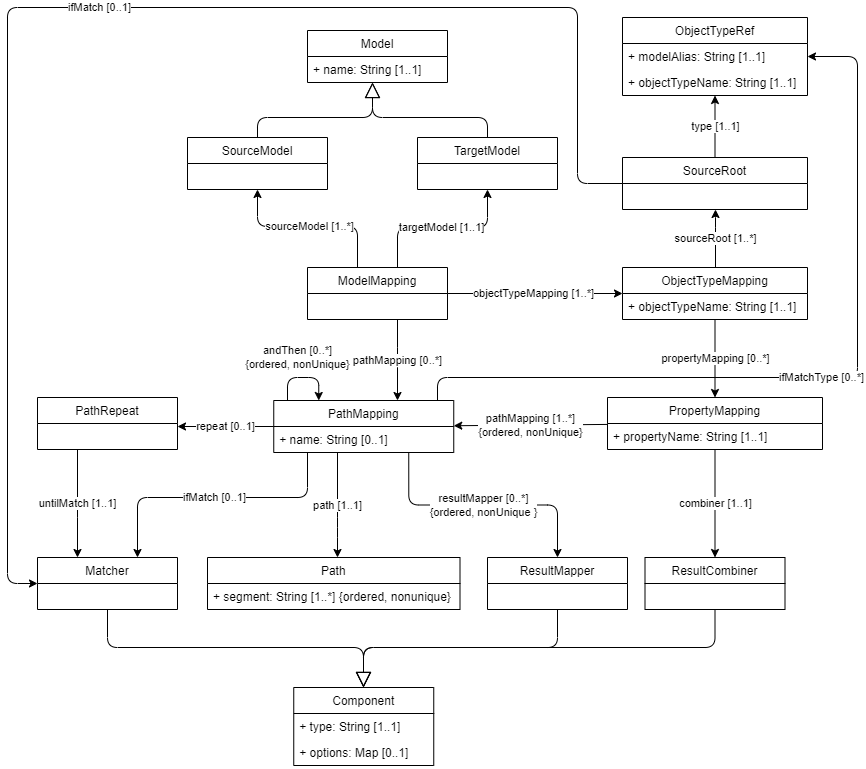
The draw.io diagram media/imx-mapping-model.drawio.png in Geonovum/IMX-ModelMapping, before a commit. Source tidied: cells renumbered, new cells last; positions are measured from the earlier drawing's top-left corner, leaving out a move shared by most shapes.
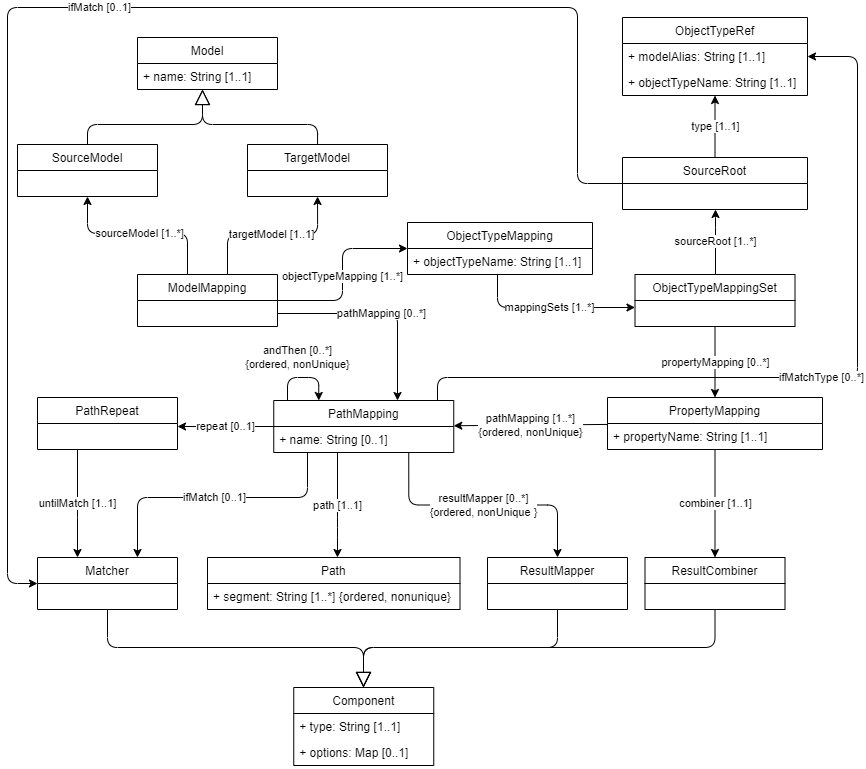
After the commit.

Commit message:
introduce object type mapping set

What changed in the source:
```diff
@@ -2,27 +2,28 @@
   <root>
     <mxCell id="0" />
     <mxCell id="1" parent="0" />
-    <mxCell id="2" value="objectTypeMapping [1..*]" style="edgeStyle=orthogonalEdgeStyle;html=1;" parent="1" edge="1" source="5" target="8">
+    <mxCell id="2" value="objectTypeMapping [1..*]" style="edgeStyle=orthogonalEdgeStyle;html=1;" parent="1" edge="1" source="5" target="52">
       <mxGeometry x="-0.02" relative="1" as="geometry" />
     </mxCell>
     <mxCell id="3" value="sourceModel [1..*]" style="edgeStyle=orthogonalEdgeStyle;html=1;" parent="1" edge="1" source="5" target="28">
       <mxGeometry relative="1" as="geometry">
         <Array as="points">
-          <mxPoint x="350" y="219" />
-          <mxPoint x="250" y="219" />
+          <mxPoint x="180" y="226" />
+          <mxPoint x="80" y="226" />
         </Array>
       </mxGeometry>
     </mxCell>
-    <mxCell id="4" value="targetModel [1..1]" style="edgeStyle=orthogonalEdgeStyle;html=1;" parent="1" edge="1" source="5" target="26">
+    <mxCell id="4" value="targetModel [1..1]" style="edgeStyle=orthogonalEdgeStyle;html=1;" parent="1" edge="1" source="5">
       <mxGeometry relative="1" as="geometry">
+        <mxPoint x="310.1" y="189" as="targetPoint" />
         <Array as="points">
-          <mxPoint x="390" y="220" />
-          <mxPoint x="480" y="220" />
+          <mxPoint x="220" y="227" />
+          <mxPoint x="310" y="227" />
         </Array>
       </mxGeometry>
     </mxCell>
     <mxCell id="5" value="ModelMapping" style="swimlane;fontStyle=0;horizontal=1;startSize=26;fillColor=none;" parent="1" vertex="1">
-      <mxGeometry x="300" y="260" width="140" height="52" as="geometry" />
+      <mxGeometry x="130" y="267" width="140" height="52" as="geometry" />
     </mxCell>
     <mxCell id="6" value=" " style="text;strokeColor=none;fillColor=none;align=left;verticalAlign=top;spacingLeft=4;spacingRight=4;overflow=hidden;points=[[0,0.5],[1,0.5]];portConstraint=eastwest;" parent="5" vertex="1">
       <mxGeometry y="26" width="140" height="26" as="geometry" />
@@ -30,12 +31,9 @@
     <mxCell id="7" value="propertyMapping [0..*]" style="edgeStyle=orthogonalEdgeStyle;html=1;" parent="1" edge="1" source="8" target="11">
       <mxGeometry relative="1" as="geometry" />
     </mxCell>
-    <mxCell id="8" value="ObjectTypeMapping" style="swimlane;fontStyle=0;horizontal=1;startSize=26;fillColor=none;" parent="1" vertex="1">
-      <mxGeometry x="615" y="260" width="185" height="52" as="geometry" />
+    <mxCell id="8" value="ObjectTypeMappingSet" style="swimlane;fontStyle=0;horizontal=1;startSize=26;fillColor=none;" parent="1" vertex="1">
+      <mxGeometry x="627.5" y="267" width="160" height="52" as="geometry" />
     </mxCell>
-    <mxCell id="9" value="+ objectTypeName: String [1..1]" style="text;strokeColor=none;fillColor=none;align=left;verticalAlign=top;spacingLeft=4;spacingRight=4;overflow=hidden;" parent="8" vertex="1">
-      <mxGeometry y="26" width="185" height="26" as="geometry" />
-    </mxCell>
     <mxCell id="10" value="pathMapping [1..*]&lt;br&gt;{ordered, nonUnique}" style="edgeStyle=none;html=1;" parent="1" edge="1" source="11" target="19">
       <mxGeometry relative="1" as="geometry" />
     </mxCell>
@@ -111,30 +109,31 @@
     <mxCell id="24" value="ResultMapper" style="swimlane;fontStyle=0;horizontal=1;startSize=26;fillColor=none;" parent="1" vertex="1">
       <mxGeometry x="480" y="550" width="140" height="52" as="geometry" />
     </mxCell>
-    <mxCell id="25" style="edgeStyle=orthogonalEdgeStyle;html=1;endArrow=block;endFill=0;endSize=13;" parent="1" edge="1" source="26" target="29">
+    <mxCell id="25" style="edgeStyle=orthogonalEdgeStyle;html=1;endArrow=block;endFill=0;endSize=13;" parent="1" edge="1" target="29">
       <mxGeometry relative="1" as="geometry">
+        <mxPoint x="310.1" y="137" as="sourcePoint" />
         <Array as="points">
-          <mxPoint x="480" y="110" />
-          <mxPoint x="365" y="110" />
+          <mxPoint x="310" y="117" />
+          <mxPoint x="195" y="117" />
         </Array>
       </mxGeometry>
     </mxCell>
     <mxCell id="26" value="TargetModel" style="swimlane;fontStyle=0;horizontal=1;startSize=26;fillColor=none;" parent="1" vertex="1">
-      <mxGeometry x="410" y="130" width="140" height="52" as="geometry" />
+      <mxGeometry x="240" y="137" width="140" height="52" as="geometry" />
     </mxCell>
     <mxCell id="27" style="edgeStyle=orthogonalEdgeStyle;html=1;endArrow=block;endFill=0;endSize=13;" parent="1" edge="1" source="28" target="29">
       <mxGeometry relative="1" as="geometry">
         <Array as="points">
-          <mxPoint x="250" y="110" />
-          <mxPoint x="365" y="110" />
+          <mxPoint x="80" y="117" />
+          <mxPoint x="195" y="117" />
         </Array>
       </mxGeometry>
     </mxCell>
     <mxCell id="28" value="SourceModel" style="swimlane;fontStyle=0;horizontal=1;startSize=26;fillColor=none;" parent="1" vertex="1">
-      <mxGeometry x="180" y="130" width="140" height="52" as="geometry" />
+      <mxGeometry x="10" y="137" width="140" height="52" as="geometry" />
     </mxCell>
     <mxCell id="29" value="Model" style="swimlane;fontStyle=0;horizontal=1;startSize=26;fillColor=none;" parent="1" vertex="1">
-      <mxGeometry x="300" y="23" width="140" height="52" as="geometry" />
+      <mxGeometry x="130" y="30" width="140" height="52" as="geometry" />
     </mxCell>
     <mxCell id="30" value="+ name: String [1..1]" style="text;strokeColor=none;fillColor=none;align=left;verticalAlign=top;spacingLeft=4;spacingRight=4;overflow=hidden;" parent="29" vertex="1">
       <mxGeometry y="26" width="140" height="26" as="geometry" />
@@ -233,5 +232,19 @@
     <mxCell id="50" value=" " style="text;strokeColor=none;fillColor=none;align=left;verticalAlign=top;spacingLeft=4;spacingRight=4;overflow=hidden;" parent="49" vertex="1">
       <mxGeometry y="26" width="185" height="26" as="geometry" />
     </mxCell>
+    <mxCell id="51" value="mappingSets [1..*]" style="edgeStyle=elbowEdgeStyle;html=1;" parent="1" edge="1" source="52" target="8">
+      <mxGeometry relative="1" as="geometry">
+        <Array as="points">
+          <mxPoint x="490" y="300" />
+          <mxPoint x="510" y="295" />
+        </Array>
+      </mxGeometry>
+    </mxCell>
+    <mxCell id="52" value="ObjectTypeMapping" style="swimlane;fontStyle=0;horizontal=1;startSize=26;fillColor=none;" parent="1" vertex="1">
+      <mxGeometry x="400" y="215" width="185" height="52" as="geometry" />
+    </mxCell>
+    <mxCell id="9" value="+ objectTypeName: String [1..1]" style="text;strokeColor=none;fillColor=none;align=left;verticalAlign=top;spacingLeft=4;spacingRight=4;overflow=hidden;" parent="52" vertex="1">
+      <mxGeometry y="26" width="185" height="26" as="geometry" />
+    </mxCell>
   </root>
 </mxGraphModel>
```
